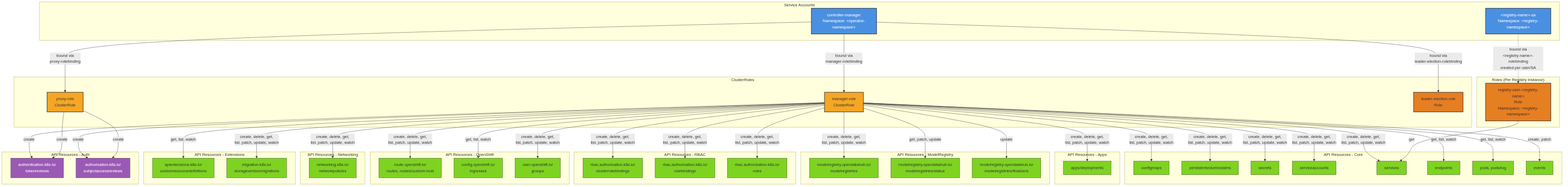
The Mermaid diagram architecture/rhoai-3.2/diagrams/model-registry-operator-rbac.png in rhuss/architecture-context, before a commit. Its source is kept beside it as architecture/rhoai-3.2/diagrams/model-registry-operator-rbac.mmd.
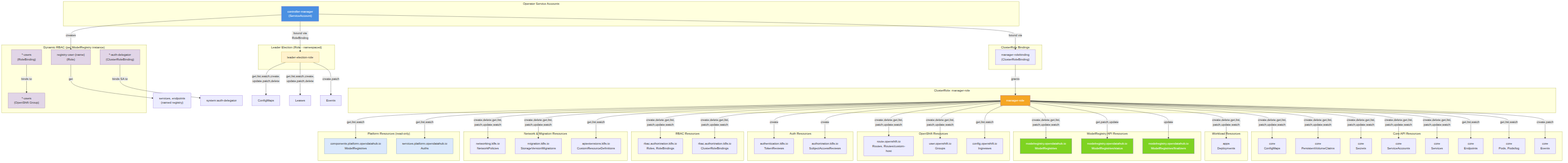
After the change.

Diff of the diagram source:
```diff
@@ -1,108 +1,123 @@
+
 graph TD
-    subgraph "Service Accounts"
-        SA_Controller["controller-manager<br/>Namespace: &lt;operator-namespace&gt;"]
-        SA_Registry["&lt;registry-name&gt;-sa<br/>Namespace: &lt;registry-namespace&gt;"]
+    subgraph "Operator Service Accounts"
+        SA["controller-manager<br/>(ServiceAccount)"]
     end
 
-    subgraph "ClusterRoles"
-        CR_Manager[manager-role<br/>ClusterRole]
-        CR_Proxy[proxy-role<br/>ClusterRole]
-        CR_Leader[leader-election-role<br/>Role]
+    subgraph "ClusterRole Bindings"
+        CRB["manager-rolebinding<br/>(ClusterRoleBinding)"]
     end
 
-    subgraph "Roles (Per Registry Instance)"
-        R_User["registry-user-&lt;registry-name&gt;<br/>Role<br/>Namespace: &lt;registry-namespace&gt;"]
+    subgraph "ClusterRole: manager-role"
+        CR["manager-role"]
     end
 
-    subgraph "API Resources - Core"
-        R_ConfigMaps[configmaps]
-        R_PVCs[persistentvolumeclaims]
-        R_Secrets[secrets]
-        R_ServiceAccounts[serviceaccounts]
-        R_Services[services]
-        R_Endpoints[endpoints]
-        R_Pods[pods, pods/log]
-        R_Events[events]
+    subgraph "Core API Resources"
+        ConfigMaps["core<br/>ConfigMaps"]
+        PVCs["core<br/>PersistentVolumeClaims"]
+        Secrets["core<br/>Secrets"]
+        ServiceAccounts["core<br/>ServiceAccounts"]
+        Services["core<br/>Services"]
+        Endpoints["core<br/>Endpoints"]
+        Pods["core<br/>Pods, Pods/log"]
+        Events["core<br/>Events"]
     end
 
-    subgraph "API Resources - Apps"
-        R_Deployments[apps/deployments]
+    subgraph "Workload Resources"
+        Deployments["apps<br/>Deployments"]
     end
 
-    subgraph "API Resources - ModelRegistry"
-        R_ModelRegistries[modelregistry.opendatahub.io/<br/>modelregistries]
-        R_MR_Status[modelregistry.opendatahub.io/<br/>modelregistries/status]
-        R_MR_Finalizers[modelregistry.opendatahub.io/<br/>modelregistries/finalizers]
+    subgraph "ModelRegistry API Resources"
+        MR["modelregistry.opendatahub.io<br/>ModelRegistries"]
+        MRStatus["modelregistry.opendatahub.io<br/>ModelRegistries/status"]
+        MRFinalizers["modelregistry.opendatahub.io<br/>ModelRegistries/finalizers"]
     end
 
-    subgraph "API Resources - RBAC"
-        R_ClusterRoleBindings[rbac.authorization.k8s.io/<br/>clusterrolebindings]
-        R_RoleBindings[rbac.authorization.k8s.io/<br/>rolebindings]
-        R_Roles[rbac.authorization.k8s.io/<br/>roles]
+    subgraph "OpenShift Resources"
+        Routes["route.openshift.io<br/>Routes, Routes/custom-host"]
+        Groups["user.openshift.io<br/>Groups"]
+        Ingresses["config.openshift.io<br/>Ingresses"]
     end
 
-    subgraph "API Resources - OpenShift"
-        R_Routes[route.openshift.io/<br/>routes, routes/custom-host]
-        R_Ingresses[config.openshift.io/<br/>ingresses]
-        R_Groups[user.openshift.io/<br/>groups]
+    subgraph "Auth Resources"
+        TokenReviews["authentication.k8s.io<br/>TokenReviews"]
+        SAR["authorization.k8s.io<br/>SubjectAccessReviews"]
     end
 
-    subgraph "API Resources - Networking"
-        R_NetworkPolicies[networking.k8s.io/<br/>networkpolicies]
+    subgraph "RBAC Resources"
+        Roles["rbac.authorization.k8s.io<br/>Roles, RoleBindings"]
+        CRBs["rbac.authorization.k8s.io<br/>ClusterRoleBindings"]
     end
 
-    subgraph "API Resources - Auth"
-        R_TokenReviews[authentication.k8s.io/<br/>tokenreviews]
-        R_SubjectAccessReviews[authorization.k8s.io/<br/>subjectaccessreviews]
+    subgraph "Network & Migration Resources"
+        NetPol["networking.k8s.io<br/>NetworkPolicies"]
+        SVM["migration.k8s.io<br/>StorageVersionMigrations"]
+        CRDs["apiextensions.k8s.io<br/>CustomResourceDefinitions"]
     end
 
-    subgraph "API Resources - Extensions"
-        R_CRDs[apiextensions.k8s.io/<br/>customresourcedefinitions]
-        R_StorageVersionMigrations[migration.k8s.io/<br/>storageversionmigrations]
+    subgraph "Platform Resources (read-only)"
+        PlatformMR["components.platform.opendatahub.io<br/>ModelRegistries"]
+        PlatformAuth["services.platform.opendatahub.io<br/>Auths"]
     end
 
-    SA_Controller -->|bound via<br/>manager-rolebinding| CR_Manager
-    SA_Controller -->|bound via<br/>leader-election-rolebinding| CR_Leader
-    SA_Controller -->|bound via<br/>proxy-rolebinding| CR_Proxy
+    SA -->|"bound via"| CRB
+    CRB -->|"grants"| CR
 
-    CR_Manager -->|create, delete, get,<br/>list, patch, update, watch| R_ConfigMaps
-    CR_Manager -->|create, delete, get,<br/>list, patch, update, watch| R_PVCs
-    CR_Manager -->|create, delete, get,<br/>list, patch, update, watch| R_Secrets
-    CR_Manager -->|create, delete, get,<br/>list, patch, update, watch| R_ServiceAccounts
-    CR_Manager -->|create, delete, get,<br/>list, patch, update, watch| R_Services
-    CR_Manager -->|get, list, watch| R_Endpoints
-    CR_Manager -->|get, list, watch| R_Pods
-    CR_Manager -->|create, patch| R_Events
-    CR_Manager -->|create, delete, get,<br/>list, patch, update, watch| R_Deployments
-    CR_Manager -->|create, delete, get,<br/>list, patch, update, watch| R_ModelRegistries
-    CR_Manager -->|get, patch, update| R_MR_Status
-    CR_Manager -->|update| R_MR_Finalizers
-    CR_Manager -->|create, delete, get,<br/>list, patch, update, watch| R_ClusterRoleBindings
-    CR_Manager -->|create, delete, get,<br/>list, patch, update, watch| R_RoleBindings
-    CR_Manager -->|create, delete, get,<br/>list, patch, update, watch| R_Roles
-    CR_Manager -->|create, delete, get,<br/>list, patch, update, watch| R_Routes
-    CR_Manager -->|get, list, watch| R_Ingresses
-    CR_Manager -->|create, delete, get,<br/>list, patch, update, watch| R_Groups
-    CR_Manager -->|create, delete, get,<br/>list, patch, update, watch| R_NetworkPolicies
-    CR_Manager -->|create| R_TokenReviews
-    CR_Manager -->|create| R_SubjectAccessReviews
-    CR_Manager -->|get, list, watch| R_CRDs
-    CR_Manager -->|create, delete, get,<br/>list, patch, update, watch| R_StorageVersionMigrations
+    CR -->|"create,delete,get,list,<br/>patch,update,watch"| ConfigMaps
+    CR -->|"create,delete,get,list,<br/>patch,update,watch"| PVCs
+    CR -->|"create,delete,get,list,<br/>patch,update,watch"| Secrets
+    CR -->|"create,delete,get,list,<br/>patch,update,watch"| ServiceAccounts
+    CR -->|"create,delete,get,list,<br/>patch,update,watch"| Services
+    CR -->|"get,list,watch"| Endpoints
+    CR -->|"get,list,watch"| Pods
+    CR -->|"create,patch"| Events
+    CR -->|"create,delete,get,list,<br/>patch,update,watch"| Deployments
+    CR -->|"create,delete,get,list,<br/>patch,update,watch"| MR
+    CR -->|"get,patch,update"| MRStatus
+    CR -->|"update"| MRFinalizers
+    CR -->|"create,delete,get,list,<br/>patch,update,watch"| Routes
+    CR -->|"create,delete,get,list,<br/>patch,update,watch"| Groups
+    CR -->|"get,list,watch"| Ingresses
+    CR -->|"create"| TokenReviews
+    CR -->|"create"| SAR
+    CR -->|"create,delete,get,list,<br/>patch,update,watch"| Roles
+    CR -->|"create,delete,get,list,<br/>patch,update,watch"| CRBs
+    CR -->|"create,delete,get,list,<br/>patch,update,watch"| NetPol
+    CR -->|"create,delete,get,list,<br/>patch,update,watch"| SVM
+    CR -->|"get,list,watch"| CRDs
+    CR -->|"get,list,watch"| PlatformMR
+    CR -->|"get,list,watch"| PlatformAuth
 
-    CR_Proxy -->|create| R_TokenReviews
-    CR_Proxy -->|create| R_SubjectAccessReviews
+    subgraph "Dynamic RBAC (per ModelRegistry instance)"
+        DynRole["registry-user-{name}<br/>(Role)"]
+        DynRB["*-users<br/>(RoleBinding)"]
+        DynCRB["*-auth-delegator<br/>(ClusterRoleBinding)"]
+        DynGroup["*-users<br/>(OpenShift Group)"]
+    end
 
-    R_User -->|get| R_Services
-    SA_Registry -.->|bound via<br/>&lt;registry-name&gt;-rolebinding<br/>created per user/SA| R_User
+    SA -->|"creates"| DynRole
+    DynRole -->|"get"| DynSvc["services, endpoints<br/>(named registry)"]
+    DynRB -->|"binds to"| DynGroup
+    DynCRB -->|"binds SA to"| AuthDelegator["system:auth-delegator"]
 
-    classDef sa fill:#4a90e2,stroke:#333,stroke-width:2px,color:#fff
-    classDef clusterrole fill:#f5a623,stroke:#333,stroke-width:2px
-    classDef role fill:#e67e22,stroke:#333,stroke-width:2px
-    classDef resource fill:#7ed321,stroke:#333,stroke-width:1px
-    classDef resourceAuth fill:#9b59b6,stroke:#333,stroke-width:1px,color:#fff
+    subgraph "Leader Election (Role - namespaced)"
+        LERole["leader-election-role"]
+    end
 
-    class SA_Controller,SA_Registry sa
-    class CR_Manager,CR_Proxy clusterrole
-    class CR_Leader,R_User role
-    class R_ConfigMaps,R_PVCs,R_Secrets,R_ServiceAccounts,R_Services,R_Endpoints,R_Pods,R_Events,R_Deployments,R_ModelRegistries,R_MR_Status,R_MR_Finalizers,R_ClusterRoleBindings,R_RoleBindings,R_Roles,R_Routes,R_Ingresses,R_Groups,R_NetworkPolicies,R_CRDs,R_StorageVersionMigrations resource
-    class R_TokenReviews,R_SubjectAccessReviews resourceAuth
+    SA -->|"bound via<br/>RoleBinding"| LERole
+    LERole -->|"get,list,watch,create,<br/>update,patch,delete"| LEConfigMaps["ConfigMaps"]
+    LERole -->|"get,list,watch,create,<br/>update,patch,delete"| LELeases["Leases"]
+    LERole -->|"create,patch"| LEEvents["Events"]
+
+    style SA fill:#4a90e2,color:#fff
+    style CR fill:#f5a623,color:#fff
+    style MR fill:#7ed321,color:#fff
+    style MRStatus fill:#7ed321,color:#fff
+    style MRFinalizers fill:#7ed321,color:#fff
+    style DynRole fill:#e1d5e7,stroke:#9673a6
+    style DynRB fill:#e1d5e7,stroke:#9673a6
+    style DynCRB fill:#e1d5e7,stroke:#9673a6
+    style DynGroup fill:#e1d5e7,stroke:#9673a6
+    style LERole fill:#fff2cc,stroke:#d6b656
+    style PlatformMR fill:#dae8fc,stroke:#6c8ebf
+    style PlatformAuth fill:#dae8fc,stroke:#6c8ebf
```
